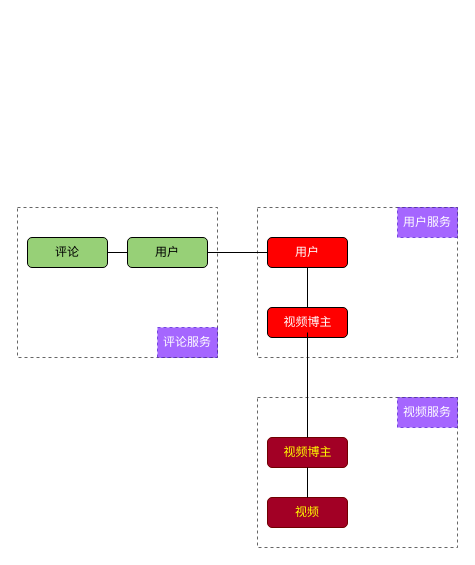
The draw.io diagram img/确定服务边界.drawio in JpypyJ/mypic, before the edit. Source tidied: cells renumbered, new cells numbered last; positions are measured from the earlier drawing's top-left corner, leaving out a move shared by most shapes. Both pictures are drawn from the tidied source at 100%, with x=0, y=0 at pixel (17, 207).
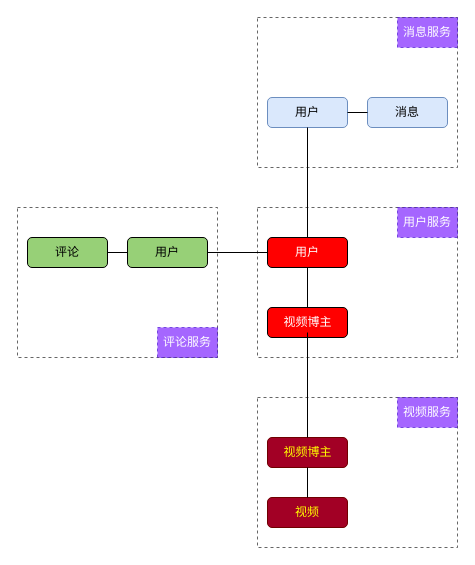
The same diagram, later.

Commit message:
更新确定服务边界.drawio

The change refers to these unchanged cells:
```xml
<mxCell id="10" style="rounded=1;whiteSpace=wrap;html=1;fillColor=#FF0000;" parent="1" vertex="1">
  <mxGeometry x="250" y="30" width="80" height="30" as="geometry" />
</mxCell>
```

The edit, as a diff of the source:
```diff
@@
+    <mxCell id="25" style="rounded=0;whiteSpace=wrap;html=1;opacity=60;dashed=1;" parent="1" vertex="1">
+      <mxGeometry x="240" y="-190" width="200" height="150" as="geometry" />
+    </mxCell>
+    <mxCell id="26" value="消息服务" style="text;html=1;fillColor=#6a00ff;align=center;verticalAlign=middle;whiteSpace=wrap;rounded=0;dashed=1;opacity=60;strokeColor=#3700CC;fontColor=#ffffff;" parent="1" vertex="1">
+      <mxGeometry x="380" y="-190" width="60" height="30" as="geometry" />
+    </mxCell>
+    <mxCell id="27" style="rounded=1;whiteSpace=wrap;html=1;fillColor=#dae8fc;strokeColor=#6c8ebf;" parent="1" vertex="1">
+      <mxGeometry x="250" y="-110" width="80" height="30" as="geometry" />
+    </mxCell>
+    <mxCell id="28" value="用户" style="text;html=1;strokeColor=none;fillColor=none;align=center;verticalAlign=middle;whiteSpace=wrap;rounded=0;" parent="1" vertex="1">
+      <mxGeometry x="270" y="-105" width="40" height="20" as="geometry" />
+    </mxCell>
+    <mxCell id="29" style="rounded=1;whiteSpace=wrap;html=1;fillColor=#dae8fc;strokeColor=#6c8ebf;" parent="1" vertex="1">
+      <mxGeometry x="350" y="-110" width="80" height="30" as="geometry" />
+    </mxCell>
+    <mxCell id="30" value="消息" style="text;html=1;strokeColor=none;fillColor=none;align=center;verticalAlign=middle;whiteSpace=wrap;rounded=0;" parent="1" vertex="1">
+      <mxGeometry x="370" y="-105" width="40" height="20" as="geometry" />
+    </mxCell>
+    <mxCell id="31" style="endArrow=none;html=1;rounded=0;entryX=0;entryY=0.5;entryDx=0;entryDy=0;exitX=1;exitY=0.5;exitDx=0;exitDy=0;" parent="1" edge="1" source="27" target="29">
+      <mxGeometry relative="1" as="geometry" />
+    </mxCell>
+    <mxCell id="32" style="endArrow=none;html=1;rounded=0;edgeStyle=orthogonalEdgeStyle;entryX=0.5;entryY=1;entryDx=0;entryDy=0;exitX=0.5;exitY=0;exitDx=0;exitDy=0;" parent="1" edge="1" source="10" target="27">
+      <mxGeometry relative="1" as="geometry" />
+    </mxCell>
```
